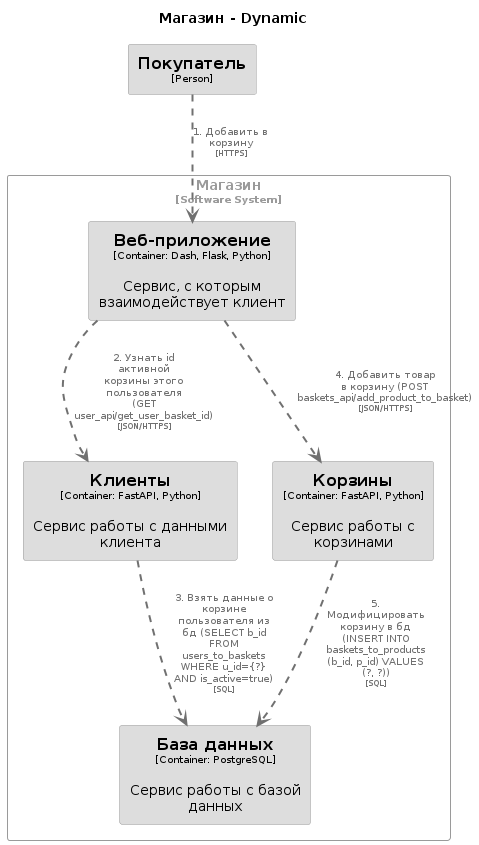
Above: lab1/export/UC04.png in Megict/architecture_tasks (PlantUML), before the change.
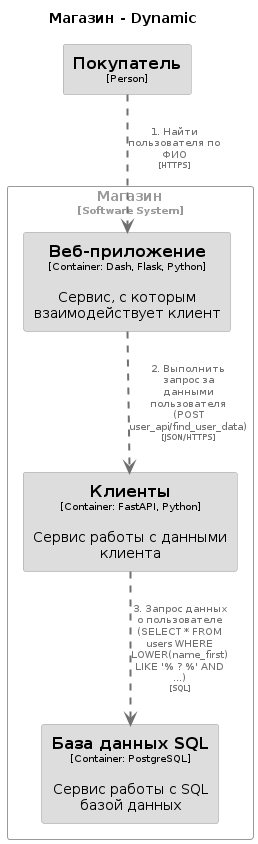
The same diagram one commit later.

Change to the diagram source:
```diff
@@ -13,7 +13,7 @@
 
 hide stereotype
 
-skinparam rectangle<<Магазин.Базаданных>> {
+skinparam rectangle<<Магазин.БазаданныхSQL>> {
   BackgroundColor #dddddd
   FontColor #000000
   BorderColor #9a9a9a
@@ -26,12 +26,6 @@
   shadowing false
 }
 skinparam rectangle<<Магазин.Клиенты>> {
-  BackgroundColor #dddddd
-  FontColor #000000
-  BorderColor #9a9a9a
-  shadowing false
-}
-skinparam rectangle<<Магазин.Корзины>> {
   BackgroundColor #dddddd
   FontColor #000000
   BorderColor #9a9a9a
@@ -50,17 +44,14 @@
 }
 
 rectangle "Магазин\n<size:10>[Software System]</size>" <<Магазин>> {
-  rectangle "==База данных\n<size:10>[Container: PostgreSQL]</size>\n\nСервис работы с базой данных" <<Магазин.Базаданных>> as Магазин.Базаданных
+  rectangle "==База данных SQL\n<size:10>[Container: PostgreSQL]</size>\n\nСервис работы с SQL базой данных" <<Магазин.БазаданныхSQL>> as Магазин.БазаданныхSQL
   rectangle "==Веб-приложение\n<size:10>[Container: Dash, Flask, Python]</size>\n\nСервис, с которым взаимодействует клиент" <<Магазин.Вебприложение>> as Магазин.Вебприложение
   rectangle "==Клиенты\n<size:10>[Container: FastAPI, Python]</size>\n\nСервис работы с данными клиента" <<Магазин.Клиенты>> as Магазин.Клиенты
-  rectangle "==Корзины\n<size:10>[Container: FastAPI, Python]</size>\n\nСервис работы с корзинами" <<Магазин.Корзины>> as Магазин.Корзины
 }
 
 rectangle "==Покупатель\n<size:10>[Person]</size>" <<Покупатель>> as Покупатель
 
-Покупатель .[#707070,thickness=2].> Магазин.Вебприложение : "<color:#707070>1. Добавить в корзину\n<color:#707070><size:8>[HTTPS]</size>"
-Магазин.Вебприложение .[#707070,thickness=2].> Магазин.Клиенты : "<color:#707070>2. Узнать id активной корзины этого пользователя (GET user_api/get_user_basket_id)\n<color:#707070><size:8>[JSON/HTTPS]</size>"
-Магазин.Клиенты .[#707070,thickness=2].> Магазин.Базаданных : "<color:#707070>3. Взять данные о корзине пользователя из бд (SELECT b_id FROM users_to_baskets WHERE u_id={?} AND is_active=true)\n<color:#707070><size:8>[SQL]</size>"
-Магазин.Вебприложение .[#707070,thickness=2].> Магазин.Корзины : "<color:#707070>4. Добавить товар в корзину (POST baskets_api/add_product_to_basket)\n<color:#707070><size:8>[JSON/HTTPS]</size>"
-Магазин.Корзины .[#707070,thickness=2].> Магазин.Базаданных : "<color:#707070>5. Модифицировать корзину в бд (INSERT INTO baskets_to_products (b_id, p_id) VALUES (?, ?))\n<color:#707070><size:8>[SQL]</size>"
+Покупатель .[#707070,thickness=2].> Магазин.Вебприложение : "<color:#707070>1. Найти пользователя по ФИО\n<color:#707070><size:8>[HTTPS]</size>"
+Магазин.Вебприложение .[#707070,thickness=2].> Магазин.Клиенты : "<color:#707070>2. Выполнить запрос за данными пользователя  (POST user_api/find_user_data)\n<color:#707070><size:8>[JSON/HTTPS]</size>"
+Магазин.Клиенты .[#707070,thickness=2].> Магазин.БазаданныхSQL : "<color:#707070>3. Запрос данных о пользователе (SELECT * FROM users WHERE LOWER(name_first) LIKE '% ? %' AND ...)\n<color:#707070><size:8>[SQL]</size>"
 @enduml
```
